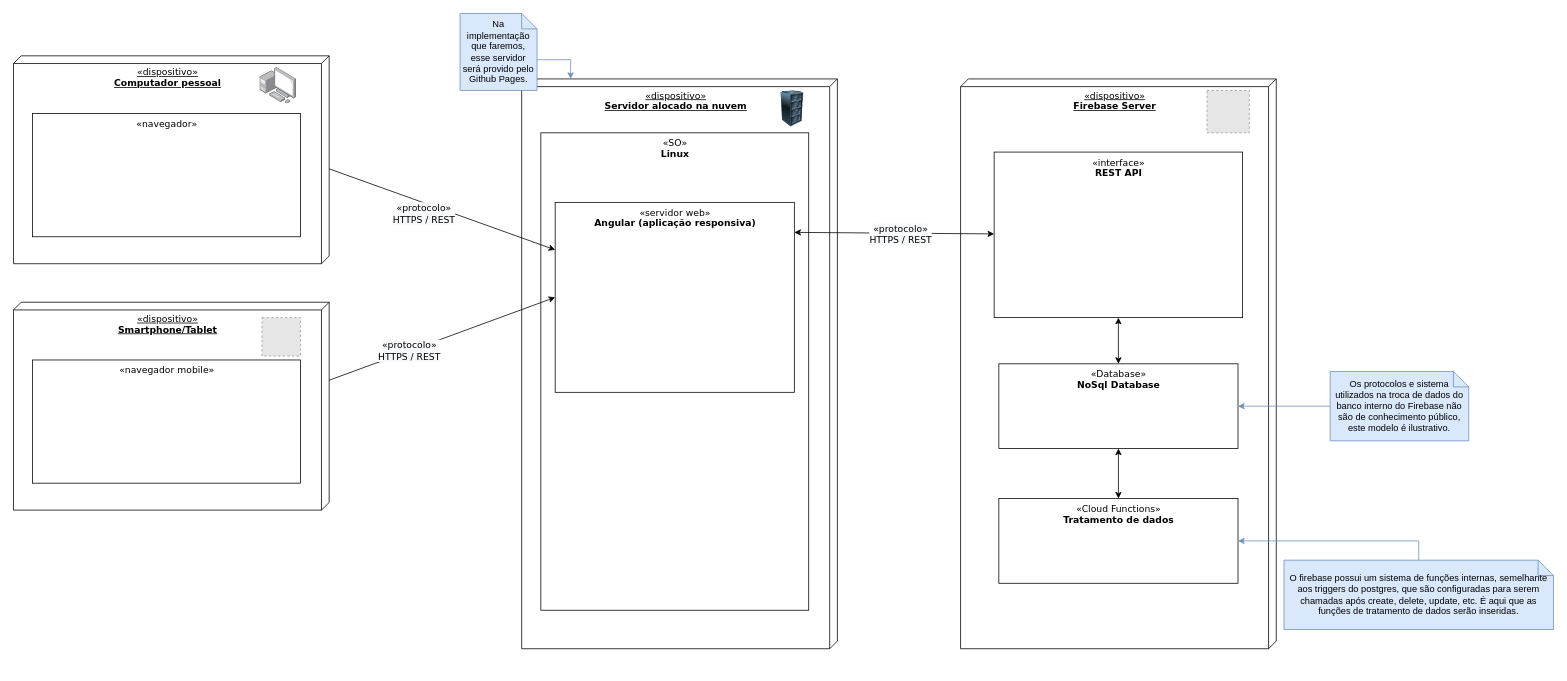
Earlier version of the draw.io diagram Modelagem Arquitetura/Modelo de Implantação.drawio (BrunoLunardi/SIN412-DESENVOLVIMENTO-APP). Source tidied: cells renumbered, new cells numbered last; positions are measured from the earlier drawing's top-left corner, leaving out a move shared by most shapes. Both pictures are drawn from the tidied source at 77%, with x=0, y=0 at pixel (13, 13). Pictures stored in the file or linked from it are replaced by grey dashed boxes.
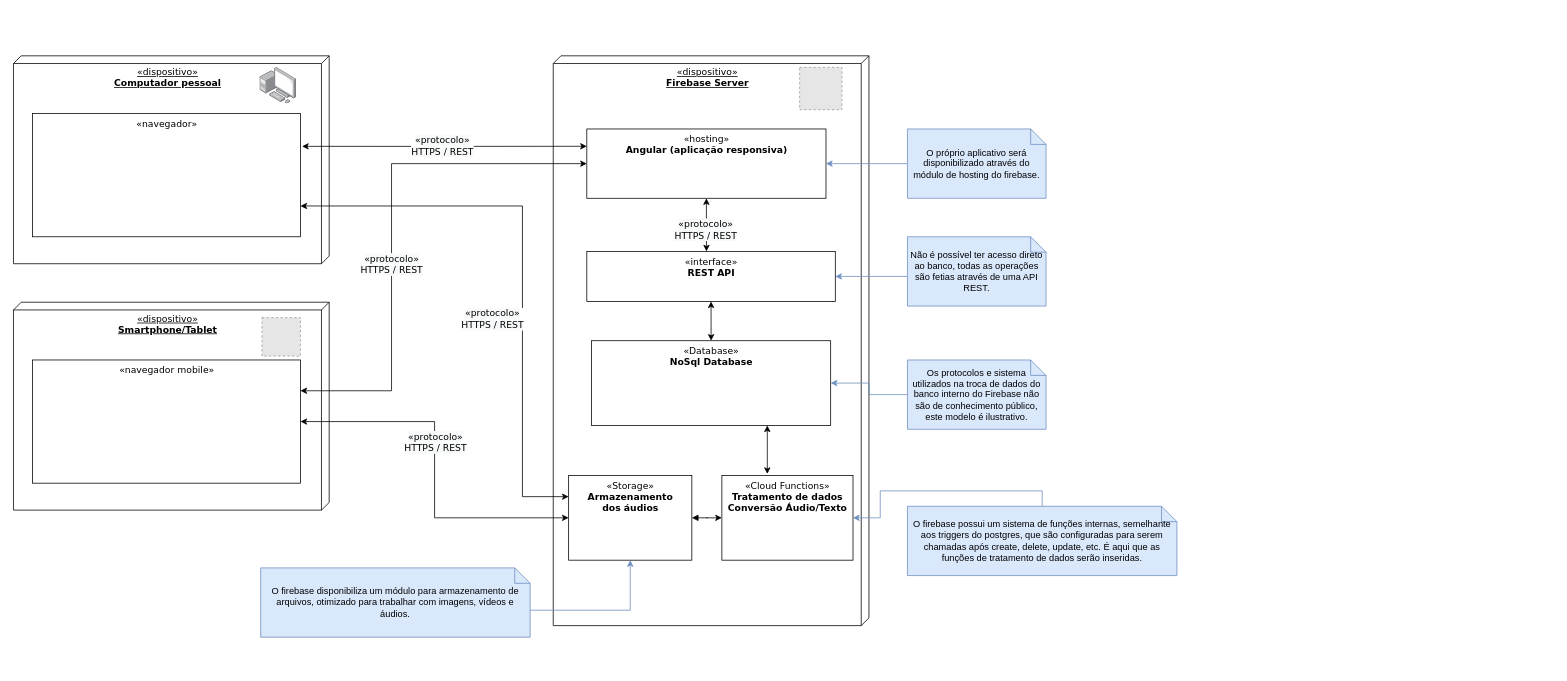
The same page after the edit.

Commit message (it also covers changes not shown here):
Modelo de implantação atualizado

Unchanged cells that the change refers to:
```xml
<mxCell id="13" style="group;" parent="12" vertex="1">
  <mxGeometry width="410" height="740" as="geometry" />
</mxCell>
<mxCell id="18" value="«Database»&lt;br&gt;&lt;b&gt;NoSql Database&lt;/b&gt;" style="html=1;rounded=0;shadow=0;comic=0;labelBackgroundColor=none;strokeWidth=1;fontFamily=Verdana;fontSize=12;align=center;verticalAlign=top;" parent="13" vertex="1">
  <mxGeometry x="49.7" y="370" width="310.6" height="110" as="geometry" />
</mxCell>
<mxCell id="30" value="«navegador»" style="html=1;rounded=0;shadow=0;comic=0;labelBackgroundColor=none;strokeWidth=1;fontFamily=Verdana;fontSize=12;align=center;verticalAlign=top;" parent="1" vertex="1">
  <mxGeometry x="24.8" y="130" width="347.9" height="160" as="geometry" />
</mxCell>
<mxCell id="35" value="«navegador mobile»" style="html=1;rounded=0;shadow=0;comic=0;labelBackgroundColor=none;strokeWidth=1;fontFamily=Verdana;fontSize=12;align=center;verticalAlign=top;" parent="1" vertex="1">
  <mxGeometry x="24.8" y="450" width="347.9" height="160" as="geometry" />
</mxCell>
```

What changed in the source:
```diff
@@
-    <mxCell id="2" style="group;fontStyle=0;" parent="1" vertex="1">
-      <mxGeometry x="440" y="110" width="630" height="740" as="geometry" />
-    </mxCell>
-    <mxCell id="3" style="group;" parent="2" vertex="1">
-      <mxGeometry x="220" y="-25" width="410" height="740" as="geometry" />
-    </mxCell>
-    <mxCell id="4" style="group;" parent="3" vertex="1">
-      <mxGeometry width="410" height="740" as="geometry" />
-    </mxCell>
-    <mxCell id="5" value="«dispositivo»&lt;br&gt;&lt;font color=&quot;#000000&quot;&gt;&lt;b&gt;Servidor alocado na nuvem&lt;/b&gt;&lt;/font&gt;&lt;b&gt;&lt;br&gt;&lt;/b&gt;" style="verticalAlign=top;align=center;spacingTop=8;spacingLeft=2;spacingRight=12;shape=cube;size=10;direction=south;fontStyle=4;html=1;rounded=0;shadow=0;comic=0;labelBackgroundColor=none;strokeWidth=1;fontFamily=Verdana;fontSize=12;" parent="4" vertex="1">
-      <mxGeometry width="410" height="740" as="geometry" />
-    </mxCell>
-    <mxCell id="6" value="«SO»&lt;br&gt;&lt;b&gt;Linux&lt;/b&gt;" style="html=1;rounded=0;shadow=0;comic=0;labelBackgroundColor=none;strokeWidth=1;fontFamily=Verdana;fontSize=12;align=center;verticalAlign=top;" parent="4" vertex="1">
-      <mxGeometry x="24.9" y="70" width="347.9" height="620" as="geometry" />
-    </mxCell>
-    <mxCell id="7" value="«servidor web»&lt;br&gt;&lt;b&gt;Angular (aplicação responsiva)&lt;/b&gt;" style="html=1;rounded=0;shadow=0;comic=0;labelBackgroundColor=none;strokeWidth=1;fontFamily=Verdana;fontSize=12;align=center;verticalAlign=top;" parent="4" vertex="1">
-      <mxGeometry x="43.5" y="160.3" width="310.6" height="246.7" as="geometry" />
-    </mxCell>
-    <mxCell id="8" style="image;html=1;labelBackgroundColor=#ffffff;image=img/lib/clip_art/computers/Server_Rack_128x128.png;" parent="4" vertex="1">
-      <mxGeometry x="330" y="15" width="42.7" height="47.4" as="geometry" />
-    </mxCell>
-    <mxCell id="9" style="rounded=0;jettySize=auto;html=1;startArrow=classic;startFill=1;entryX=0;entryY=0.25;entryDx=0;entryDy=0;exitX=1.006;exitY=0.37;exitDx=0;exitDy=0;exitPerimeter=0;" parent="1" edge="1" source="30" target="7">
-      <mxGeometry relative="1" as="geometry" />
-    </mxCell>
-    <mxCell id="10" value="&lt;span style=&quot;font-family: &amp;#34;verdana&amp;#34; ; font-size: 12px ; background-color: rgb(248 , 249 , 250)&quot;&gt;«protocolo»&lt;br&gt;HTTPS / REST&lt;br&gt;&lt;/span&gt;" style="edgeLabel;html=1;align=center;verticalAlign=middle;" parent="9" vertex="1">
-      <mxGeometry x="0.2" y="1" relative="1" as="geometry">
-        <mxPoint x="-40.1" as="offset" />
-      </mxGeometry>
-    </mxCell>
     <mxCell id="11" style="group;fontStyle=0;" parent="1" vertex="1">
-      <mxGeometry x="1010" y="110" width="630" height="740" as="geometry" />
+      <mxGeometry x="481" y="95" width="630" height="740" as="geometry" />
     </mxCell>
     <mxCell id="12" style="group;" parent="11" vertex="1">
-      <mxGeometry x="220" y="-25" width="410" height="740" as="geometry" />
+      <mxGeometry x="220" y="-40" width="410" height="740" as="geometry" />
     </mxCell>
@@
     <mxCell id="16" value="«interface»&lt;br&gt;&lt;b&gt;REST API&lt;/b&gt;" style="html=1;rounded=0;shadow=0;comic=0;labelBackgroundColor=none;strokeWidth=1;fontFamily=Verdana;fontSize=12;align=center;verticalAlign=top;" parent="13" vertex="1">
-      <mxGeometry x="43.6" y="95" width="322.7" height="215" as="geometry" />
+      <mxGeometry x="43.6" y="254" width="322.7" height="65" as="geometry" />
     </mxCell>
-    <mxCell id="17" style="edgeStyle=none;rounded=0;jettySize=auto;html=1;exitX=0.5;exitY=1;exitDx=0;exitDy=0;startArrow=classic;startFill=1;" parent="13" edge="1" source="18" target="20">
-      <mxGeometry relative="1" as="geometry" />
+    <mxCell id="17" style="edgeStyle=orthogonalEdgeStyle;rounded=0;orthogonalLoop=1;jettySize=auto;html=1;startArrow=classic;startFill=1;" parent="13" edge="1">
+      <mxGeometry relative="1" as="geometry">
+        <mxPoint x="278" y="480" as="sourcePoint" />
+        <mxPoint x="278" y="543" as="targetPoint" />
+        <Array as="points">
+          <mxPoint x="278" y="513" />
+          <mxPoint x="278" y="513" />
+        </Array>
+      </mxGeometry>
     </mxCell>
@@
-    <mxCell id="20" value="«Cloud Functions»&lt;br&gt;&lt;b&gt;Tratamento de dados&lt;/b&gt;" style="html=1;rounded=0;shadow=0;comic=0;labelBackgroundColor=none;strokeWidth=1;fontFamily=Verdana;fontSize=12;align=center;verticalAlign=top;" parent="13" vertex="1">
-      <mxGeometry x="49.7" y="545" width="310.6" height="110" as="geometry" />
+    <mxCell id="20" value="«Cloud Functions»&lt;br&gt;&lt;b&gt;Tratamento de dados&lt;br&gt;Conversão Áudio/Texto&lt;br&gt;&lt;/b&gt;" style="html=1;rounded=0;shadow=0;comic=0;labelBackgroundColor=none;strokeWidth=1;fontFamily=Verdana;fontSize=12;align=center;verticalAlign=top;" parent="13" vertex="1">
+      <mxGeometry x="219" y="545" width="170.3" height="110" as="geometry" />
     </mxCell>
-    <mxCell id="21" style="edgeStyle=none;rounded=0;jettySize=auto;html=1;startArrow=classic;startFill=1;exitX=1;exitY=0.158;exitDx=0;exitDy=0;exitPerimeter=0;" parent="1" edge="1" source="7" target="16">
-      <mxGeometry relative="1" as="geometry" />
-    </mxCell>
-    <mxCell id="22" value="&lt;span style=&quot;font-family: &amp;#34;verdana&amp;#34; ; font-size: 12px ; background-color: rgb(248 , 249 , 250)&quot;&gt;«protocolo»&lt;br&gt;HTTPS / REST&lt;br&gt;&lt;/span&gt;" style="edgeLabel;html=1;align=center;verticalAlign=middle;" parent="21" vertex="1">
-      <mxGeometry x="0.2" y="4" relative="1" as="geometry">
-        <mxPoint x="-18.8" y="5.2" as="offset" />
-      </mxGeometry>
-    </mxCell>
-    <mxCell id="23" style="edgeStyle=none;rounded=0;jettySize=auto;html=1;exitX=1;exitY=0.25;exitDx=0;exitDy=0;startArrow=classic;startFill=1;entryX=0;entryY=0.5;entryDx=0;entryDy=0;" parent="1" edge="1" source="35" target="7">
-      <mxGeometry relative="1" as="geometry" />
-    </mxCell>
-    <mxCell id="24" value="&lt;span style=&quot;font-family: &amp;#34;verdana&amp;#34; ; font-size: 12px ; background-color: rgb(248 , 249 , 250)&quot;&gt;«protocolo»&lt;br&gt;HTTPS / REST&lt;br&gt;&lt;/span&gt;" style="edgeLabel;html=1;align=center;verticalAlign=middle;" parent="23" vertex="1">
-      <mxGeometry x="-0.15" y="1" relative="1" as="geometry" />
-    </mxCell>
-    <mxCell id="25" style="edgeStyle=orthogonalEdgeStyle;rounded=0;jettySize=auto;html=1;exitX=0;exitY=0;exitDx=100;exitDy=60;exitPerimeter=0;entryX=0;entryY=0.845;entryDx=0;entryDy=0;entryPerimeter=0;fillColor=#dae8fc;strokeColor=#6c8ebf;" parent="1" edge="1" source="26" target="5">
-      <mxGeometry relative="1" as="geometry" />
-    </mxCell>
-    <mxCell id="26" value="Na implementação que faremos, esse servidor será provido pelo Github Pages." style="shape=note;size=20;whiteSpace=wrap;html=1;fillColor=#dae8fc;strokeColor=#6c8ebf;" parent="1" vertex="1">
-      <mxGeometry x="580" width="100" height="100" as="geometry" />
-    </mxCell>
+    <mxCell id="37" value="«hosting»&lt;br&gt;&lt;b&gt;Angular (aplicação responsiva)&lt;/b&gt;" style="html=1;rounded=0;shadow=0;comic=0;labelBackgroundColor=none;strokeWidth=1;fontFamily=Verdana;fontSize=12;align=center;verticalAlign=top;" parent="13" vertex="1">
+      <mxGeometry x="43.6" y="95" width="310.6" height="90" as="geometry" />
+    </mxCell>
+    <mxCell id="38" style="edgeStyle=orthogonalEdgeStyle;rounded=0;jettySize=auto;html=1;startArrow=classic;startFill=1;entryX=0.5;entryY=1;entryDx=0;entryDy=0;" parent="13" edge="1" target="37">
+      <mxGeometry relative="1" as="geometry">
+        <mxPoint x="199" y="254" as="sourcePoint" />
+        <Array as="points">
+          <mxPoint x="199" y="254" />
+        </Array>
+      </mxGeometry>
+    </mxCell>
+    <mxCell id="39" value="&lt;span style=&quot;font-family: &amp;#34;verdana&amp;#34; ; font-size: 12px ; background-color: rgb(248 , 249 , 250)&quot;&gt;«protocolo»&lt;br&gt;HTTPS / REST&lt;br&gt;&lt;/span&gt;" style="edgeLabel;html=1;align=center;verticalAlign=middle;" parent="38" vertex="1">
+      <mxGeometry x="-0.15" y="1" relative="1" as="geometry" />
+    </mxCell>
+    <mxCell id="40" style="edgeStyle=orthogonalEdgeStyle;rounded=0;jettySize=auto;html=1;startArrow=block;startFill=1;" parent="13" edge="1" source="41" target="20">
+      <mxGeometry relative="1" as="geometry" />
+    </mxCell>
+    <mxCell id="41" value="«Storage»&lt;br&gt;&lt;b&gt;Armazenamento&lt;br&gt;dos áudios&lt;br&gt;&lt;/b&gt;" style="html=1;rounded=0;shadow=0;comic=0;labelBackgroundColor=none;strokeWidth=1;fontFamily=Verdana;fontSize=12;align=center;verticalAlign=top;" parent="13" vertex="1">
+      <mxGeometry x="20" y="545" width="160" height="110" as="geometry" />
+    </mxCell>
@@
     <mxCell id="32" value="Os protocolos e sistema utilizados na troca de dados do banco interno do Firebase não são de conhecimento público, este modelo é ilustrativo." style="shape=note;size=20;whiteSpace=wrap;html=1;fillColor=#dae8fc;strokeColor=#6c8ebf;" parent="1" vertex="1">
-      <mxGeometry x="1710" y="465" width="180" height="90" as="geometry" />
+      <mxGeometry x="1161" y="450" width="180" height="90" as="geometry" />
     </mxCell>
     <mxCell id="33" value="O firebase possui um sistema de funções internas, semelhante aos triggers do postgres, que são configuradas para serem chamadas após create, delete, update, etc. É aqui que as funções de tratamento de dados serão inseridas." style="shape=note;size=20;whiteSpace=wrap;html=1;fillColor=#dae8fc;strokeColor=#6c8ebf;" parent="1" vertex="1">
-      <mxGeometry x="1650" y="710" width="350" height="90" as="geometry" />
+      <mxGeometry x="1161" y="640" width="350" height="90" as="geometry" />
     </mxCell>
@@
+    <mxCell id="9" style="rounded=0;jettySize=auto;html=1;startArrow=classic;startFill=1;entryX=0;entryY=0.25;entryDx=0;entryDy=0;exitX=1.006;exitY=0.266;exitDx=0;exitDy=0;exitPerimeter=0;edgeStyle=orthogonalEdgeStyle;" parent="1" edge="1" source="30" target="37">
+      <mxGeometry relative="1" as="geometry" />
+    </mxCell>
+    <mxCell id="10" value="&lt;span style=&quot;font-family: &amp;#34;verdana&amp;#34; ; font-size: 12px ; background-color: rgb(248 , 249 , 250)&quot;&gt;«protocolo»&lt;br&gt;HTTPS / REST&lt;br&gt;&lt;/span&gt;" style="edgeLabel;html=1;align=center;verticalAlign=middle;" parent="9" vertex="1">
+      <mxGeometry x="0.2" y="1" relative="1" as="geometry">
+        <mxPoint x="-40.1" as="offset" />
+      </mxGeometry>
+    </mxCell>
+    <mxCell id="23" style="edgeStyle=orthogonalEdgeStyle;rounded=0;jettySize=auto;html=1;exitX=1;exitY=0.25;exitDx=0;exitDy=0;startArrow=classic;startFill=1;entryX=0;entryY=0.5;entryDx=0;entryDy=0;" parent="1" edge="1" source="35" target="37">
+      <mxGeometry relative="1" as="geometry">
+        <Array as="points">
+          <mxPoint x="491" y="490" />
+          <mxPoint x="491" y="195" />
+        </Array>
+      </mxGeometry>
+    </mxCell>
+    <mxCell id="24" value="&lt;span style=&quot;font-family: &amp;#34;verdana&amp;#34; ; font-size: 12px ; background-color: rgb(248 , 249 , 250)&quot;&gt;«protocolo»&lt;br&gt;HTTPS / REST&lt;br&gt;&lt;/span&gt;" style="edgeLabel;html=1;align=center;verticalAlign=middle;" parent="23" vertex="1">
+      <mxGeometry x="-0.15" y="1" relative="1" as="geometry" />
+    </mxCell>
+    <mxCell id="42" style="edgeStyle=orthogonalEdgeStyle;rounded=0;jettySize=auto;html=1;startArrow=classic;startFill=1;entryX=0;entryY=0.5;entryDx=0;entryDy=0;" parent="1" edge="1" source="35" target="41">
+      <mxGeometry relative="1" as="geometry" />
+    </mxCell>
+    <mxCell id="43" value="&lt;span style=&quot;font-family: &amp;#34;verdana&amp;#34; ; font-size: 12px ; background-color: rgb(248 , 249 , 250)&quot;&gt;«protocolo»&lt;br&gt;HTTPS / REST&lt;br&gt;&lt;/span&gt;" style="edgeLabel;html=1;align=center;verticalAlign=middle;" parent="42" vertex="1">
+      <mxGeometry x="-0.15" y="1" relative="1" as="geometry" />
+    </mxCell>
+    <mxCell id="44" style="rounded=0;jettySize=auto;html=1;startArrow=classic;startFill=1;entryX=0;entryY=0.25;entryDx=0;entryDy=0;exitX=1;exitY=0.75;exitDx=0;exitDy=0;edgeStyle=orthogonalEdgeStyle;" parent="1" edge="1" source="30" target="41">
+      <mxGeometry relative="1" as="geometry">
+        <Array as="points">
+          <mxPoint x="661" y="250" />
+          <mxPoint x="661" y="628" />
+        </Array>
+      </mxGeometry>
+    </mxCell>
+    <mxCell id="45" value="&lt;span style=&quot;font-family: &amp;#34;verdana&amp;#34; ; font-size: 12px ; background-color: rgb(248 , 249 , 250)&quot;&gt;«protocolo»&lt;br&gt;HTTPS / REST&lt;br&gt;&lt;/span&gt;" style="edgeLabel;html=1;align=center;verticalAlign=middle;" parent="44" vertex="1">
+      <mxGeometry x="0.2" y="1" relative="1" as="geometry">
+        <mxPoint x="-40.1" as="offset" />
+      </mxGeometry>
+    </mxCell>
+    <mxCell id="46" style="edgeStyle=orthogonalEdgeStyle;rounded=0;jettySize=auto;html=1;exitX=0;exitY=0.5;exitDx=0;exitDy=0;exitPerimeter=0;entryX=1;entryY=0.5;entryDx=0;entryDy=0;startArrow=none;startFill=0;fillColor=#dae8fc;strokeColor=#6c8ebf;" parent="1" edge="1" source="47" target="37">
+      <mxGeometry relative="1" as="geometry" />
+    </mxCell>
+    <mxCell id="47" value="O próprio aplicativo será disponibilizado através do módulo de hosting do firebase." style="shape=note;size=20;whiteSpace=wrap;html=1;fillColor=#dae8fc;strokeColor=#6c8ebf;" parent="1" vertex="1">
+      <mxGeometry x="1161" y="150" width="180" height="90" as="geometry" />
+    </mxCell>
+    <mxCell id="48" style="edgeStyle=orthogonalEdgeStyle;rounded=0;jettySize=auto;html=1;startArrow=none;startFill=0;entryX=1;entryY=0.5;entryDx=0;entryDy=0;fillColor=#dae8fc;strokeColor=#6c8ebf;" parent="1" edge="1" source="49" target="16">
+      <mxGeometry relative="1" as="geometry">
+        <Array as="points">
+          <mxPoint x="1119" y="342" />
+        </Array>
+      </mxGeometry>
+    </mxCell>
+    <mxCell id="49" value="Não é possível ter acesso direto ao banco, todas as operações são fetias através de uma API REST." style="shape=note;size=20;whiteSpace=wrap;html=1;fillColor=#dae8fc;strokeColor=#6c8ebf;" parent="1" vertex="1">
+      <mxGeometry x="1161" y="290" width="180" height="90" as="geometry" />
+    </mxCell>
+    <mxCell id="50" value="O firebase disponibiliza um módulo para armazenamento de arquivos, otimizado para trabalhar com imagens, vídeos e áudios." style="shape=note;size=20;whiteSpace=wrap;html=1;fillColor=#dae8fc;strokeColor=#6c8ebf;" parent="1" vertex="1">
+      <mxGeometry x="321" y="720" width="350" height="90" as="geometry" />
+    </mxCell>
+    <mxCell id="51" style="edgeStyle=orthogonalEdgeStyle;rounded=0;jettySize=auto;html=1;exitX=0;exitY=0;exitDx=350;exitDy=55;exitPerimeter=0;startArrow=none;startFill=0;fillColor=#dae8fc;strokeColor=#6c8ebf;" parent="1" edge="1" source="50" target="41">
+      <mxGeometry relative="1" as="geometry" />
+    </mxCell>
```
